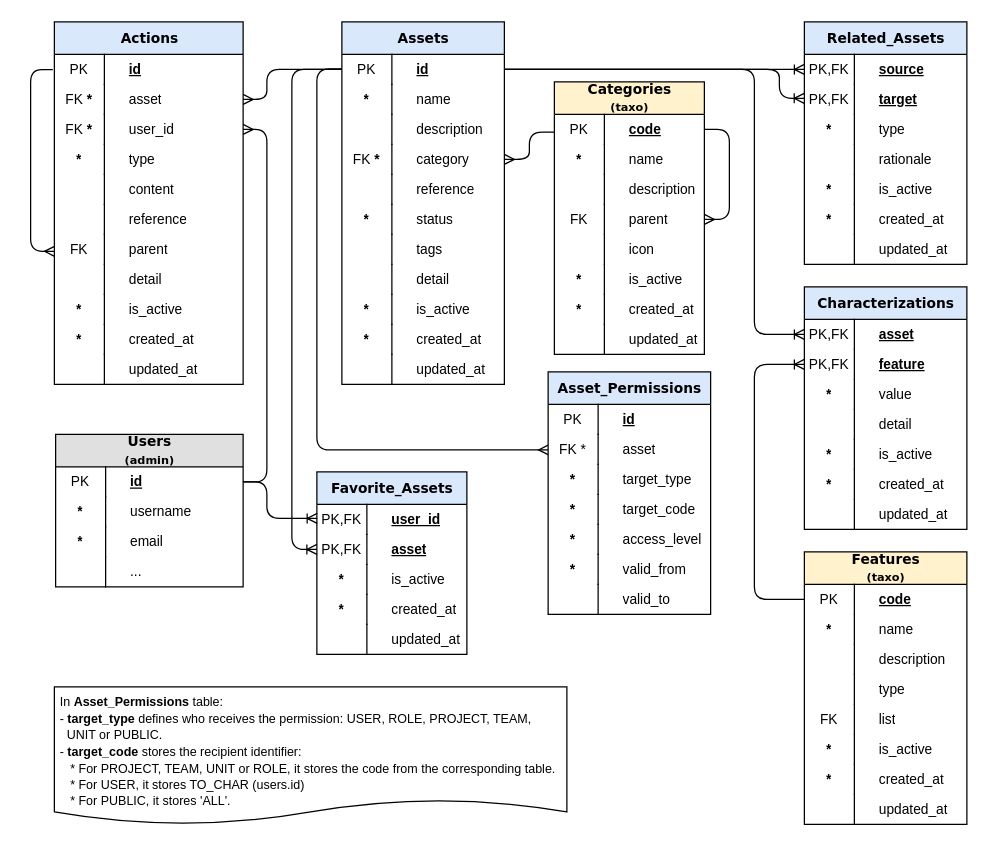
The draw.io diagram page "lib" (5 of 8) of docs/models.drawio in abc-flex/synapxia, before the edit. Source tidied: cells renumbered, new cells numbered last; positions are measured from the earlier drawing's top-left corner, leaving out a move shared by most shapes. Both pictures are drawn from the tidied source at 125%, with x=0, y=0 at pixel (30, 21).
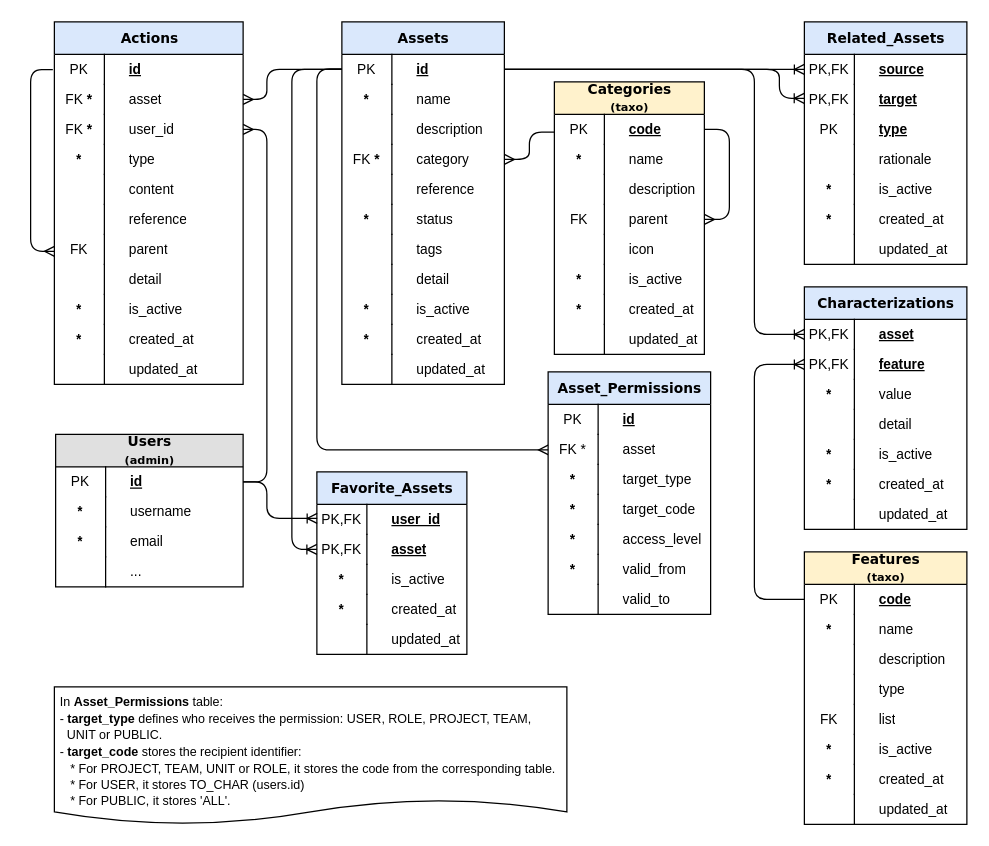
The same diagram, later.

Unchanged cells that the change refers to:
```xml
<mxCell id="19" value="Related_Assets" style="swimlane;html=1;fontStyle=1;horizontal=1;startSize=26;fillColor=#DAE8FC;swimlaneFillColor=#ffffff;align=center;rounded=0;shadow=0;comic=0;labelBackgroundColor=none;strokeWidth=1;fontFamily=Verdana;fontSize=11;spacing=0;" parent="1" vertex="1">
  <mxGeometry x="619" width="130" height="194" as="geometry" />
</mxCell>
```

The edit, as a diff of the source:
```diff
@@
-    <mxCell id="24" value="type" style="shape=partialRectangle;top=0;left=0;right=0;bottom=0;html=1;align=left;verticalAlign=middle;fillColor=none;spacingLeft=60;spacingRight=4;whiteSpace=wrap;overflow=hidden;fontStyle=0;fontSize=11;spacing=0;" parent="19" vertex="1">
+    <mxCell id="24" value="&lt;b&gt;&lt;u&gt;type&lt;/u&gt;&lt;/b&gt;" style="shape=partialRectangle;top=0;left=0;right=0;bottom=0;html=1;align=left;verticalAlign=middle;fillColor=none;spacingLeft=60;spacingRight=4;whiteSpace=wrap;overflow=hidden;fontStyle=0;fontSize=11;spacing=0;" parent="19" vertex="1">
       <mxGeometry y="74" width="130" height="24" as="geometry" />
     </mxCell>
-    <mxCell id="25" value="&lt;b&gt;*&lt;/b&gt;" style="shape=partialRectangle;fontStyle=0;top=0;left=0;bottom=0;html=1;fillColor=none;align=center;verticalAlign=middle;spacingLeft=4;spacingRight=4;whiteSpace=wrap;overflow=hidden;fontSize=11;spacing=0;" parent="24" vertex="1">
+    <mxCell id="25" value="PK" style="shape=partialRectangle;fontStyle=0;top=0;left=0;bottom=0;html=1;fillColor=none;align=center;verticalAlign=middle;spacingLeft=4;spacingRight=4;whiteSpace=wrap;overflow=hidden;fontSize=11;spacing=0;" parent="24" vertex="1">
       <mxGeometry width="40" height="24" as="geometry" />
     </mxCell>
```
